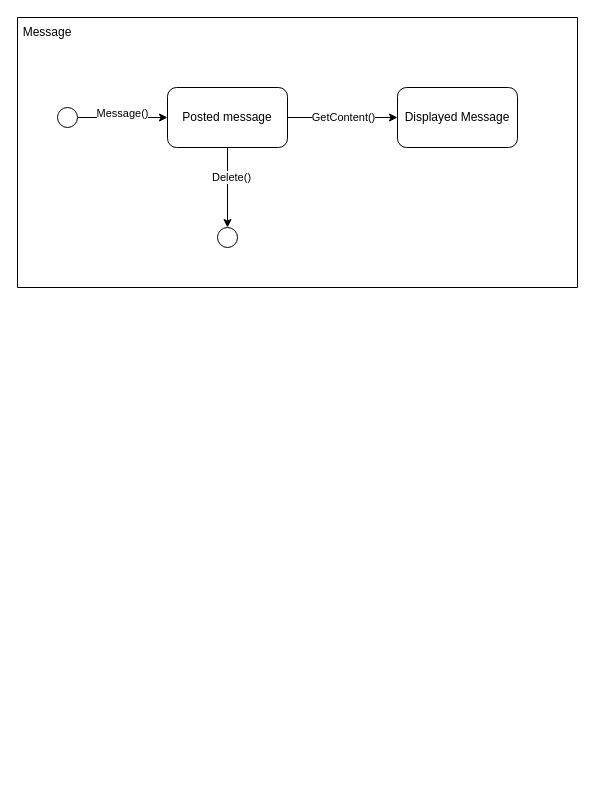
Earlier version of the draw.io diagram diagrams/state_diagram.drawio (SaraMalmstedt/Chatterbox_Group3). Source tidied: cells renumbered, new cells numbered last; positions are measured from the earlier drawing's top-left corner, leaving out a move shared by most shapes. Both pictures are drawn from the tidied source at 100%, with x=0, y=0 at pixel (17, 17).
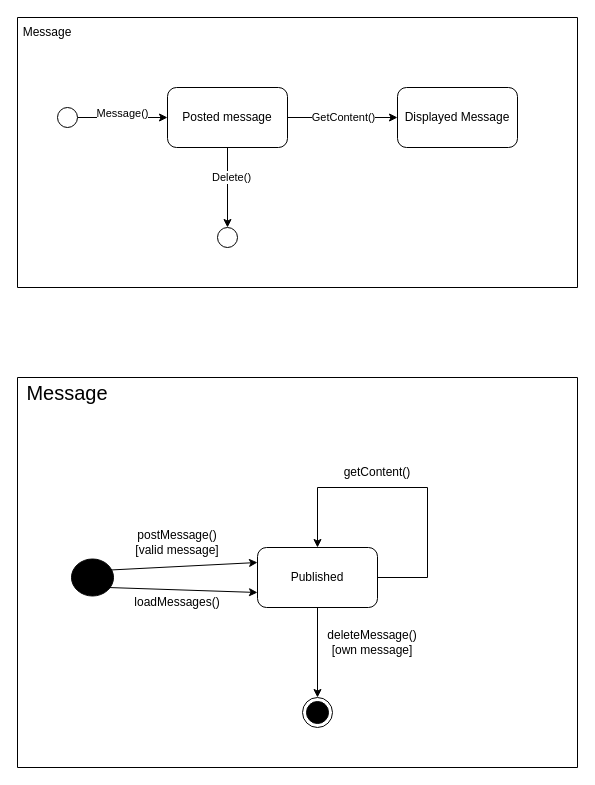
Above is the later version.

Commit message:
state diagram 2 state_diagram.drawio

The edit, as a diff of the source:
```diff
@@
+    <mxCell id="14" value="Published" style="rounded=1;whiteSpace=wrap;html=1;roundedPerimeter=1;" parent="1" vertex="1">
+      <mxGeometry x="240" y="530" width="120" height="60" as="geometry" />
+    </mxCell>
+    <mxCell id="15" value="postMessage() [valid message]" style="text;html=1;whiteSpace=wrap;strokeColor=none;fillColor=none;align=center;verticalAlign=middle;rounded=0;" parent="1" vertex="1">
+      <mxGeometry x="110" y="510" width="100" height="30" as="geometry" />
+    </mxCell>
+    <mxCell id="16" style="endArrow=classic;html=1;rounded=0;defaultLabelBackgroundColor=gap;exitX=1;exitY=0.5;exitDx=0;exitDy=0;entryX=0.5;entryY=0;entryDx=0;entryDy=0;edgeStyle=orthogonalEdgeStyle;innerLoopWaypoints=1;" parent="1" edge="1" source="14" target="14">
+      <mxGeometry x="0.32" relative="1" as="geometry">
+        <Array as="points">
+          <mxPoint x="410" y="560" />
+          <mxPoint x="410" y="470" />
+          <mxPoint x="300" y="470" />
+        </Array>
+      </mxGeometry>
+    </mxCell>
+    <mxCell id="17" value="getContent()" style="text;html=1;whiteSpace=wrap;strokeColor=none;fillColor=none;align=center;verticalAlign=middle;rounded=0;" parent="1" vertex="1">
+      <mxGeometry x="330" y="440" width="60" height="30" as="geometry" />
+    </mxCell>
+    <mxCell id="18" style="endArrow=classic;html=1;rounded=0;defaultLabelBackgroundColor=gap;exitX=0.5;exitY=1;exitDx=0;exitDy=0;entryX=0.5;entryY=0;entryDx=0;entryDy=0;" parent="1" edge="1" source="14" target="19">
+      <mxGeometry relative="1" as="geometry" />
+    </mxCell>
+    <mxCell id="19" style="ellipse;html=1;shape=endState;fillColor=#000000;strokeColor=light-dark(#050505, #ff9090);" parent="1" vertex="1">
+      <mxGeometry x="285" y="680" width="30" height="30" as="geometry" />
+    </mxCell>
+    <mxCell id="20" value="deleteMessage()[own message]" style="text;html=1;whiteSpace=wrap;strokeColor=none;fillColor=none;align=center;verticalAlign=middle;rounded=0;" parent="1" vertex="1">
+      <mxGeometry x="310" y="610" width="90" height="30" as="geometry" />
+    </mxCell>
+    <mxCell id="21" value="loadMessages()" style="text;html=1;whiteSpace=wrap;strokeColor=none;fillColor=none;align=center;verticalAlign=middle;rounded=0;" parent="1" vertex="1">
+      <mxGeometry x="110" y="570" width="100" height="30" as="geometry" />
+    </mxCell>
+    <mxCell id="22" style="ellipse;html=1;shape=startState;fillColor=#000000;strokeColor=#000000;" parent="1" vertex="1">
+      <mxGeometry x="50" y="537.5" width="50" height="45" as="geometry" />
+    </mxCell>
+    <mxCell id="23" style="endArrow=classic;html=1;rounded=0;defaultLabelBackgroundColor=gap;exitX=0.8;exitY=0.722;exitDx=0;exitDy=0;exitPerimeter=0;entryX=0;entryY=0.75;entryDx=0;entryDy=0;" parent="1" edge="1" source="22" target="14">
+      <mxGeometry relative="1" as="geometry" />
+    </mxCell>
+    <mxCell id="24" style="endArrow=classic;html=1;rounded=0;defaultLabelBackgroundColor=gap;exitX=0.86;exitY=0.333;exitDx=0;exitDy=0;exitPerimeter=0;entryX=0;entryY=0.25;entryDx=0;entryDy=0;" parent="1" edge="1" source="22" target="14">
+      <mxGeometry x="-0.13" relative="1" as="geometry" />
+    </mxCell>
+    <mxCell id="25" style="edgeStyle=orthogonalEdgeStyle;rounded=0;orthogonalLoop=1;jettySize=auto;html=1;innerLoopWaypoints=1;exitX=0.5;exitY=1;exitDx=0;exitDy=0;defaultLabelBackgroundColor=gap;" parent="1" edge="1" source="21" target="21">
+      <mxGeometry relative="1" as="geometry" />
+    </mxCell>
+    <mxCell id="26" style="swimlane;startSize=0;" parent="1" vertex="1">
+      <mxGeometry y="360" width="560" height="390" as="geometry" />
+    </mxCell>
+    <mxCell id="27" value="&lt;font style=&quot;font-size: 20px;&quot;&gt;Message&lt;/font&gt;" style="text;html=1;whiteSpace=wrap;strokeColor=none;fillColor=none;align=center;verticalAlign=middle;rounded=0;" parent="26" vertex="1">
+      <mxGeometry x="20" width="60" height="30" as="geometry" />
+    </mxCell>
```
